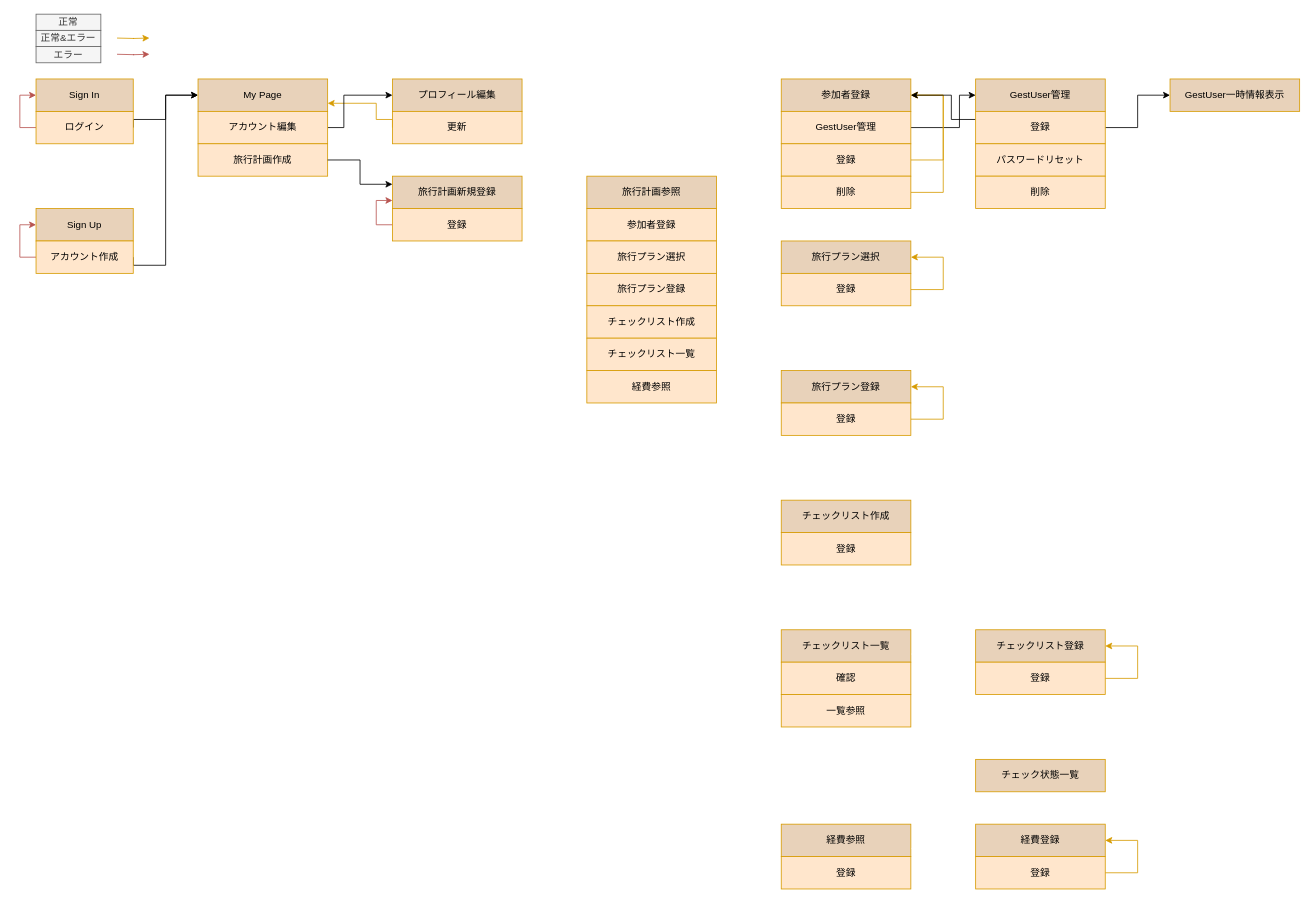
The draw.io diagram doc/diagram.dio in missyu3/our_trip_old, before the edit. Source tidied: cells renumbered, new cells numbered last; positions are measured from the earlier drawing's top-left corner, leaving out a move shared by most shapes. Both pictures are drawn from the tidied source at 81%, with x=0, y=0 at pixel (19, 14).
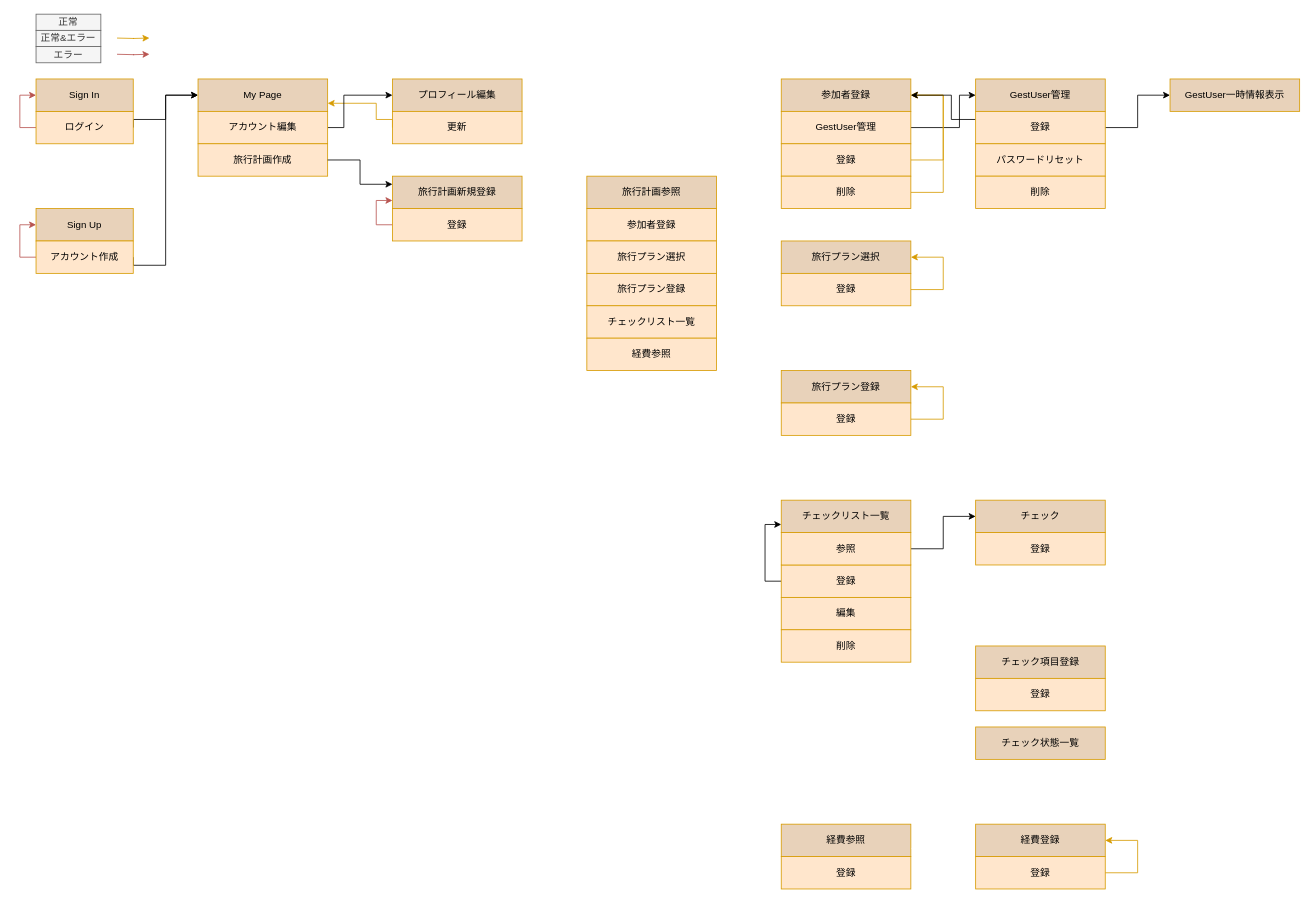
The same page after the edit.

Change to the diagram source:
```diff
@@
-    <mxCell id="35" style="edgeStyle=orthogonalEdgeStyle;rounded=0;jettySize=auto;html=1;exitX=1;exitY=0.5;exitDx=0;exitDy=0;entryX=0;entryY=0.5;entryDx=0;entryDy=0;startArrow=none;startFill=0;strokeColor=#FFFFFF;fontColor=#000000;" parent="1" edge="1" source="36" target="54">
-      <mxGeometry relative="1" as="geometry">
-        <Array as="points">
-          <mxPoint x="920" y="380" />
-          <mxPoint x="920" y="620" />
-        </Array>
-      </mxGeometry>
-    </mxCell>
-    <mxCell id="36" value="チェックリスト作成" style="rounded=0;whiteSpace=wrap;html=1;fillColor=#ffe6cc;strokeColor=#d79b00;fontColor=#000000;" parent="1" vertex="1">
-      <mxGeometry x="700" y="360" width="160" height="40" as="geometry" />
-    </mxCell>
     <mxCell id="37" style="edgeStyle=orthogonalEdgeStyle;rounded=0;jettySize=auto;html=1;exitX=1;exitY=0.5;exitDx=0;exitDy=0;entryX=0;entryY=0.5;entryDx=0;entryDy=0;startArrow=none;startFill=0;strokeColor=#FFFFFF;fontColor=#000000;" parent="1" edge="1" source="38" target="57">
       <mxGeometry relative="1" as="geometry">
         <Array as="points">
-          <mxPoint x="910" y="420" />
-          <mxPoint x="910" y="780" />
+          <mxPoint x="910" y="380" />
+          <mxPoint x="910" y="620" />
         </Array>
       </mxGeometry>
     </mxCell>
     <mxCell id="38" value="チェックリスト一覧" style="rounded=0;whiteSpace=wrap;html=1;fillColor=#ffe6cc;strokeColor=#d79b00;fontColor=#000000;" parent="1" vertex="1">
-      <mxGeometry x="700" y="400" width="160" height="40" as="geometry" />
+      <mxGeometry x="700" y="360" width="160" height="40" as="geometry" />
     </mxCell>
@@
     <mxCell id="40" value="経費参照" style="rounded=0;whiteSpace=wrap;html=1;fillColor=#ffe6cc;strokeColor=#d79b00;fontColor=#000000;" parent="1" vertex="1">
-      <mxGeometry x="700" y="440" width="160" height="40" as="geometry" />
+      <mxGeometry x="700" y="400" width="160" height="40" as="geometry" />
     </mxCell>
@@
-    <mxCell id="54" value="チェックリスト作成" style="rounded=0;whiteSpace=wrap;html=1;fillColor=#E8D2BA;strokeColor=#d79b00;fontColor=#000000;" parent="1" vertex="1">
-      <mxGeometry x="940" y="600" width="160" height="40" as="geometry" />
-    </mxCell>
-    <mxCell id="55" style="edgeStyle=orthogonalEdgeStyle;rounded=0;jettySize=auto;html=1;exitX=1;exitY=0.5;exitDx=0;exitDy=0;entryX=0;entryY=0.5;entryDx=0;entryDy=0;startArrow=none;startFill=0;strokeColor=#FFFFFF;fontColor=#000000;" parent="1" edge="1" source="56" target="62">
-      <mxGeometry relative="1" as="geometry" />
-    </mxCell>
-    <mxCell id="56" value="登録" style="rounded=0;whiteSpace=wrap;html=1;fillColor=#ffe6cc;strokeColor=#d79b00;fontColor=#000000;" parent="1" vertex="1">
-      <mxGeometry x="940" y="640" width="160" height="40" as="geometry" />
-    </mxCell>
     <mxCell id="57" value="チェックリスト一覧" style="rounded=0;whiteSpace=wrap;html=1;fillColor=#E8D2BA;strokeColor=#d79b00;fontColor=#000000;" parent="1" vertex="1">
-      <mxGeometry x="940" y="760" width="160" height="40" as="geometry" />
+      <mxGeometry x="940" y="600" width="160" height="40" as="geometry" />
     </mxCell>
     <mxCell id="58" style="edgeStyle=orthogonalEdgeStyle;rounded=0;jettySize=auto;html=1;entryX=0;entryY=0.5;entryDx=0;entryDy=0;startArrow=none;startFill=0;strokeColor=#FFFFFF;fontColor=#000000;" parent="1" edge="1" source="59" target="62">
       <mxGeometry relative="1" as="geometry">
         <Array as="points">
-          <mxPoint x="1120" y="820" />
-          <mxPoint x="1120" y="780" />
+          <mxPoint x="1130" y="740" />
+          <mxPoint x="1130" y="800" />
         </Array>
       </mxGeometry>
     </mxCell>
+    <mxCell id="81" style="edgeStyle=orthogonalEdgeStyle;rounded=0;jettySize=auto;html=1;" parent="1" edge="1" source="59" target="57">
+      <mxGeometry relative="1" as="geometry" />
+    </mxCell>
-    <mxCell id="59" value="確認" style="rounded=0;whiteSpace=wrap;html=1;fillColor=#ffe6cc;strokeColor=#d79b00;fontColor=#000000;" parent="1" vertex="1">
-      <mxGeometry x="940" y="800" width="160" height="40" as="geometry" />
+    <mxCell id="59" value="編集" style="rounded=0;whiteSpace=wrap;html=1;fillColor=#ffe6cc;strokeColor=#d79b00;fontColor=#000000;" parent="1" vertex="1">
+      <mxGeometry x="940" y="720" width="160" height="40" as="geometry" />
     </mxCell>
     <mxCell id="60" style="edgeStyle=orthogonalEdgeStyle;rounded=0;jettySize=auto;html=1;exitX=1;exitY=0.5;exitDx=0;exitDy=0;entryX=0;entryY=0.5;entryDx=0;entryDy=0;startArrow=none;startFill=0;strokeColor=#FFFFFF;fontColor=#000000;" parent="1" edge="1" source="61" target="66">
-      <mxGeometry relative="1" as="geometry" />
+      <mxGeometry relative="1" as="geometry">
+        <Array as="points">
+          <mxPoint x="1110" y="780" />
+          <mxPoint x="1110" y="900" />
+        </Array>
+      </mxGeometry>
     </mxCell>
-    <mxCell id="61" value="一覧参照" style="rounded=0;whiteSpace=wrap;html=1;fillColor=#ffe6cc;strokeColor=#d79b00;fontColor=#000000;" parent="1" vertex="1">
-      <mxGeometry x="940" y="840" width="160" height="40" as="geometry" />
+    <mxCell id="61" value="削除" style="rounded=0;whiteSpace=wrap;html=1;fillColor=#ffe6cc;strokeColor=#d79b00;fontColor=#000000;" parent="1" vertex="1">
+      <mxGeometry x="940" y="760" width="160" height="40" as="geometry" />
     </mxCell>
-    <mxCell id="62" value="チェックリスト登録" style="rounded=0;whiteSpace=wrap;html=1;fillColor=#E8D2BA;strokeColor=#d79b00;fontColor=#000000;" parent="1" vertex="1">
-      <mxGeometry x="1180" y="760" width="160" height="40" as="geometry" />
+    <mxCell id="62" value="チェック項目登録" style="rounded=0;whiteSpace=wrap;html=1;fillColor=#E8D2BA;strokeColor=#d79b00;fontColor=#000000;" parent="1" vertex="1">
+      <mxGeometry x="1180" y="780" width="160" height="40" as="geometry" />
     </mxCell>
-    <mxCell id="63" style="edgeStyle=orthogonalEdgeStyle;rounded=0;jettySize=auto;html=1;entryX=1;entryY=0.5;entryDx=0;entryDy=0;startArrow=none;startFill=0;strokeColor=#d79b00;fontColor=#000000;fillColor=#ffe6cc;" parent="1" edge="1" source="65" target="62">
-      <mxGeometry relative="1" as="geometry">
-        <Array as="points">
-          <mxPoint x="1380" y="820" />
-          <mxPoint x="1380" y="780" />
-        </Array>
-      </mxGeometry>
-    </mxCell>
-    <mxCell id="64" style="edgeStyle=orthogonalEdgeStyle;rounded=0;jettySize=auto;html=1;exitX=0;exitY=0.5;exitDx=0;exitDy=0;entryX=1;entryY=0.75;entryDx=0;entryDy=0;startArrow=none;startFill=0;strokeColor=#FFFFFF;fontColor=#000000;" parent="1" edge="1" source="65" target="57">
-      <mxGeometry relative="1" as="geometry">
-        <Array as="points">
-          <mxPoint x="1160" y="820" />
-          <mxPoint x="1160" y="790" />
-        </Array>
-      </mxGeometry>
-    </mxCell>
     <mxCell id="65" value="登録" style="rounded=0;whiteSpace=wrap;html=1;fillColor=#ffe6cc;strokeColor=#d79b00;fontColor=#000000;" parent="1" vertex="1">
-      <mxGeometry x="1180" y="800" width="160" height="40" as="geometry" />
+      <mxGeometry x="1180" y="820" width="160" height="40" as="geometry" />
     </mxCell>
     <mxCell id="66" value="チェック状態一覧" style="rounded=0;whiteSpace=wrap;html=1;fillColor=#E8D2BA;strokeColor=#d79b00;fontColor=#000000;" parent="1" vertex="1">
-      <mxGeometry x="1180" y="920" width="160" height="40" as="geometry" />
+      <mxGeometry x="1180" y="880" width="160" height="40" as="geometry" />
     </mxCell>
@@
+    <mxCell id="82" style="edgeStyle=orthogonalEdgeStyle;rounded=0;jettySize=auto;html=1;entryX=0;entryY=0.75;entryDx=0;entryDy=0;" parent="1" edge="1" source="83" target="57">
+      <mxGeometry relative="1" as="geometry">
+        <Array as="points">
+          <mxPoint x="920" y="700" />
+          <mxPoint x="920" y="630" />
+        </Array>
+      </mxGeometry>
+    </mxCell>
+    <mxCell id="83" value="登録" style="rounded=0;whiteSpace=wrap;html=1;fillColor=#ffe6cc;strokeColor=#d79b00;fontColor=#000000;" parent="1" vertex="1">
+      <mxGeometry x="940" y="680" width="160" height="40" as="geometry" />
+    </mxCell>
+    <mxCell id="84" style="edgeStyle=orthogonalEdgeStyle;rounded=0;jettySize=auto;html=1;exitX=1;exitY=0.5;exitDx=0;exitDy=0;entryX=0;entryY=0.5;entryDx=0;entryDy=0;" parent="1" edge="1" source="85" target="86">
+      <mxGeometry relative="1" as="geometry">
+        <Array as="points">
+          <mxPoint x="1140" y="660" />
+          <mxPoint x="1140" y="620" />
+        </Array>
+      </mxGeometry>
+    </mxCell>
+    <mxCell id="85" value="参照" style="rounded=0;whiteSpace=wrap;html=1;fillColor=#ffe6cc;strokeColor=#d79b00;fontColor=#000000;" parent="1" vertex="1">
+      <mxGeometry x="940" y="640" width="160" height="40" as="geometry" />
+    </mxCell>
+    <mxCell id="86" value="チェック" style="rounded=0;whiteSpace=wrap;html=1;fillColor=#E8D2BA;strokeColor=#d79b00;fontColor=#000000;" parent="1" vertex="1">
+      <mxGeometry x="1180" y="600" width="160" height="40" as="geometry" />
+    </mxCell>
+    <mxCell id="87" value="登録" style="rounded=0;whiteSpace=wrap;html=1;fillColor=#ffe6cc;strokeColor=#d79b00;fontColor=#000000;" parent="1" vertex="1">
+      <mxGeometry x="1180" y="640" width="160" height="40" as="geometry" />
+    </mxCell>
```
